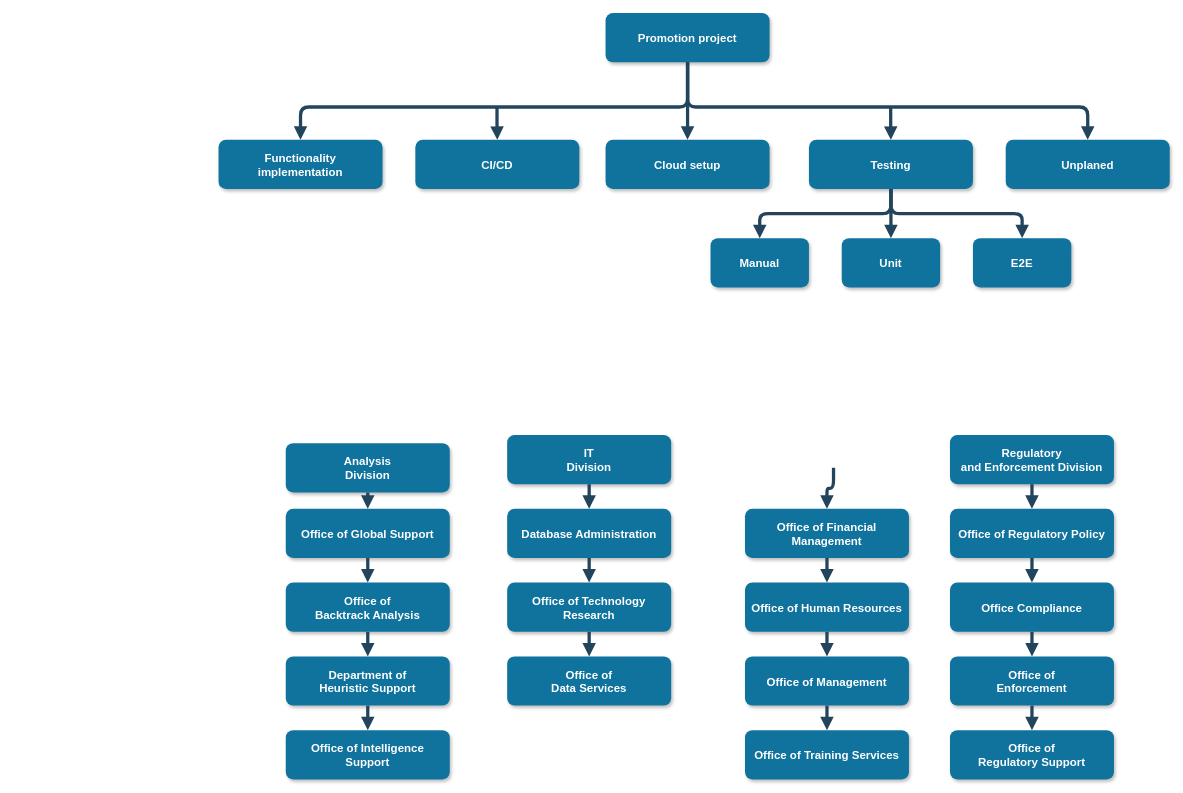
Before: Untitled Diagram.drawio in PashaShevchuk/diagrams, a draw.io diagram. Source tidied: cells renumbered, new cells numbered last; positions are measured from the earlier drawing's top-left corner, leaving out a move shared by most shapes. Both pictures are drawn from the tidied source at 82%, with x=0, y=0 at pixel (218, 13).
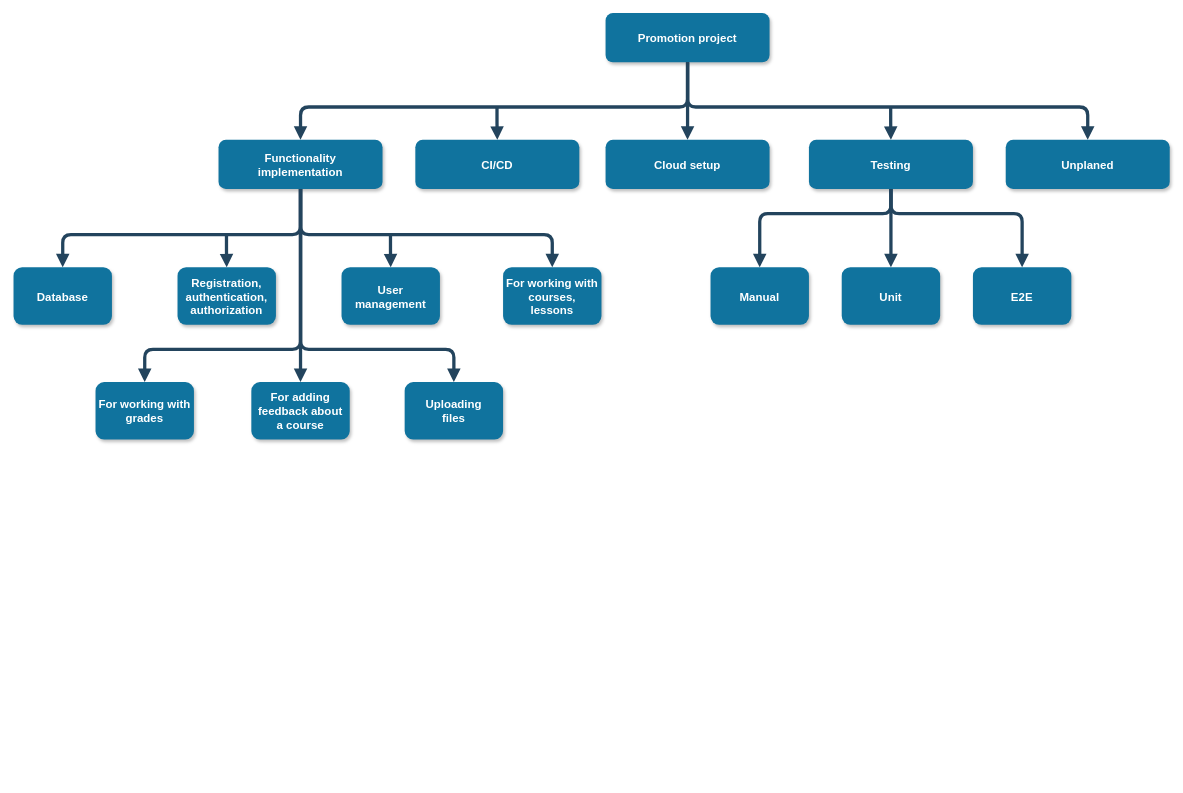
The same diagram, later.

The change refers to these unchanged cells:
```xml
<mxCell id="2" value="Promotion project" style="rounded=1;fillColor=#10739E;strokeColor=none;shadow=1;gradientColor=none;fontStyle=1;fontColor=#FFFFFF;fontSize=14;" parent="1" vertex="1">
  <mxGeometry x="472" y="-0.5" width="200" height="60" as="geometry" />
</mxCell>
<mxCell id="3" value="Functionality &#10;implementation" style="rounded=1;fillColor=#10739E;strokeColor=none;shadow=1;gradientColor=none;fontStyle=1;fontColor=#FFFFFF;fontSize=14;" parent="1" vertex="1">
  <mxGeometry y="154" width="200" height="60" as="geometry" />
</mxCell>
<mxCell id="4" value="CI/CD" style="rounded=1;fillColor=#10739E;strokeColor=none;shadow=1;gradientColor=none;fontStyle=1;fontColor=#FFFFFF;fontSize=14;" parent="1" vertex="1">
  <mxGeometry x="240" y="154" width="200" height="60" as="geometry" />
</mxCell>
<mxCell id="5" value="Cloud setup" style="rounded=1;fillColor=#10739E;strokeColor=none;shadow=1;gradientColor=none;fontStyle=1;fontColor=#FFFFFF;fontSize=14;" parent="1" vertex="1">
  <mxGeometry x="472" y="154" width="200" height="60" as="geometry" />
</mxCell>
<mxCell id="42" value="Testing" style="rounded=1;fillColor=#10739E;strokeColor=none;shadow=1;gradientColor=none;fontStyle=1;fontColor=#FFFFFF;fontSize=14;" parent="1" vertex="1">
  <mxGeometry x="720" y="154" width="200" height="60" as="geometry" />
</mxCell>
<mxCell id="43" value="Unplaned" style="rounded=1;fillColor=#10739E;strokeColor=none;shadow=1;gradientColor=none;fontStyle=1;fontColor=#FFFFFF;fontSize=14;" parent="1" vertex="1">
  <mxGeometry x="960" y="154" width="200" height="60" as="geometry" />
</mxCell>
```

The edit, as a diff of the source:
```diff
@@
-    <mxCell id="6" value="Analysis &#10;Division" style="rounded=1;fillColor=#10739E;strokeColor=none;shadow=1;gradientColor=none;fontStyle=1;fontColor=#FFFFFF;fontSize=14;" parent="1" vertex="1">
-      <mxGeometry x="82" y="524" width="200" height="60" as="geometry" />
-    </mxCell>
-    <mxCell id="7" value="Office of Global Support" style="rounded=1;fillColor=#10739E;strokeColor=none;shadow=1;gradientColor=none;fontStyle=1;fontColor=#FFFFFF;fontSize=14;" parent="1" vertex="1">
-      <mxGeometry x="82" y="604" width="200" height="60" as="geometry" />
-    </mxCell>
-    <mxCell id="8" value="Office of &#10;Backtrack Analysis" style="rounded=1;fillColor=#10739E;strokeColor=none;shadow=1;gradientColor=none;fontStyle=1;fontColor=#FFFFFF;fontSize=14;" parent="1" vertex="1">
-      <mxGeometry x="82" y="694" width="200" height="60" as="geometry" />
-    </mxCell>
-    <mxCell id="9" value="Department of &#10;Heuristic Support" style="rounded=1;fillColor=#10739E;strokeColor=none;shadow=1;gradientColor=none;fontStyle=1;fontColor=#FFFFFF;fontSize=14;" parent="1" vertex="1">
-      <mxGeometry x="82" y="784" width="200" height="60" as="geometry" />
-    </mxCell>
-    <mxCell id="10" value="Office of Intelligence &#10;Support" style="rounded=1;fillColor=#10739E;strokeColor=none;shadow=1;gradientColor=none;fontStyle=1;fontColor=#FFFFFF;fontSize=14;" parent="1" vertex="1">
-      <mxGeometry x="82" y="874" width="200" height="60" as="geometry" />
-    </mxCell>
-    <mxCell id="11" value="IT&#10;Division" style="rounded=1;fillColor=#10739E;strokeColor=none;shadow=1;gradientColor=none;fontStyle=1;fontColor=#FFFFFF;fontSize=14;" parent="1" vertex="1">
-      <mxGeometry x="352" y="514" width="200" height="60" as="geometry" />
-    </mxCell>
-    <mxCell id="12" value="Database Administration" style="rounded=1;fillColor=#10739E;strokeColor=none;shadow=1;gradientColor=none;fontStyle=1;fontColor=#FFFFFF;fontSize=14;" parent="1" vertex="1">
-      <mxGeometry x="352" y="604" width="200" height="60" as="geometry" />
-    </mxCell>
-    <mxCell id="13" value="Office of Technology &#10;Research" style="rounded=1;fillColor=#10739E;strokeColor=none;shadow=1;gradientColor=none;fontStyle=1;fontColor=#FFFFFF;fontSize=14;" parent="1" vertex="1">
-      <mxGeometry x="352" y="694" width="200" height="60" as="geometry" />
-    </mxCell>
-    <mxCell id="14" value="Office of&#10;Data Services" style="rounded=1;fillColor=#10739E;strokeColor=none;shadow=1;gradientColor=none;fontStyle=1;fontColor=#FFFFFF;fontSize=14;" parent="1" vertex="1">
-      <mxGeometry x="352" y="784" width="200" height="60" as="geometry" />
-    </mxCell>
     <mxCell id="15" value="Manual" style="rounded=1;fillColor=#10739E;strokeColor=none;shadow=1;gradientColor=none;fontStyle=1;fontColor=#FFFFFF;fontSize=14;" parent="1" vertex="1">
-      <mxGeometry x="600" y="274" width="120" height="60" as="geometry" />
+      <mxGeometry x="600" y="309.5" width="120" height="70" as="geometry" />
     </mxCell>
-    <mxCell id="16" value="Office of Financial &#10;Management" style="rounded=1;fillColor=#10739E;strokeColor=none;shadow=1;gradientColor=none;fontStyle=1;fontColor=#FFFFFF;fontSize=14;" parent="1" vertex="1">
-      <mxGeometry x="642" y="604" width="200" height="60" as="geometry" />
-    </mxCell>
-    <mxCell id="17" value="Office of Human Resources" style="rounded=1;fillColor=#10739E;strokeColor=none;shadow=1;gradientColor=none;fontStyle=1;fontColor=#FFFFFF;fontSize=14;" parent="1" vertex="1">
-      <mxGeometry x="642" y="694" width="200" height="60" as="geometry" />
-    </mxCell>
-    <mxCell id="18" value="Office of Management " style="rounded=1;fillColor=#10739E;strokeColor=none;shadow=1;gradientColor=none;fontStyle=1;fontColor=#FFFFFF;fontSize=14;" parent="1" vertex="1">
-      <mxGeometry x="642" y="784" width="200" height="60" as="geometry" />
-    </mxCell>
-    <mxCell id="19" value="Office of Training Services" style="rounded=1;fillColor=#10739E;strokeColor=none;shadow=1;gradientColor=none;fontStyle=1;fontColor=#FFFFFF;fontSize=14;" parent="1" vertex="1">
-      <mxGeometry x="642" y="874" width="200" height="60" as="geometry" />
-    </mxCell>
-    <mxCell id="20" value="Regulatory &#10;and Enforcement Division" style="rounded=1;fillColor=#10739E;strokeColor=none;shadow=1;gradientColor=none;fontStyle=1;fontColor=#FFFFFF;fontSize=14;" parent="1" vertex="1">
-      <mxGeometry x="892" y="514" width="200" height="60" as="geometry" />
-    </mxCell>
-    <mxCell id="21" value="Office of Regulatory Policy" style="rounded=1;fillColor=#10739E;strokeColor=none;shadow=1;gradientColor=none;fontStyle=1;fontColor=#FFFFFF;fontSize=14;" parent="1" vertex="1">
-      <mxGeometry x="892" y="604" width="200" height="60" as="geometry" />
-    </mxCell>
-    <mxCell id="22" value="Office Compliance" style="rounded=1;fillColor=#10739E;strokeColor=none;shadow=1;gradientColor=none;fontStyle=1;fontColor=#FFFFFF;fontSize=14;" parent="1" vertex="1">
-      <mxGeometry x="892" y="694" width="200" height="60" as="geometry" />
-    </mxCell>
-    <mxCell id="23" value="Office of &#10;Enforcement" style="rounded=1;fillColor=#10739E;strokeColor=none;shadow=1;gradientColor=none;fontStyle=1;fontColor=#FFFFFF;fontSize=14;" parent="1" vertex="1">
-      <mxGeometry x="892" y="784" width="200" height="60" as="geometry" />
-    </mxCell>
-    <mxCell id="24" value="Office of&#10; Regulatory Support" style="rounded=1;fillColor=#10739E;strokeColor=none;shadow=1;gradientColor=none;fontStyle=1;fontColor=#FFFFFF;fontSize=14;" parent="1" vertex="1">
-      <mxGeometry x="892" y="874" width="200" height="60" as="geometry" />
-    </mxCell>
     <mxCell id="25" style="edgeStyle=elbowEdgeStyle;elbow=vertical;strokeWidth=4;endArrow=block;endFill=1;fontStyle=1;strokeColor=#23445D;entryX=0.5;entryY=0;entryDx=0;entryDy=0;" parent="1" edge="1" source="2" target="3">
-      <mxGeometry x="22" y="165.5" as="geometry">
+      <mxGeometry x="232" y="130" as="geometry">
         <Array as="points">
           <mxPoint x="340" y="114" />
         </Array>
       </mxGeometry>
     </mxCell>
     <mxCell id="26" style="edgeStyle=elbowEdgeStyle;elbow=vertical;strokeWidth=4;endArrow=block;endFill=1;fontStyle=1;strokeColor=#23445D;entryX=0.5;entryY=0;entryDx=0;entryDy=0;exitX=0.5;exitY=1;exitDx=0;exitDy=0;" parent="1" edge="1" source="2" target="43">
-      <mxGeometry x="20" y="25.5" as="geometry">
+      <mxGeometry x="230" y="-10" as="geometry">
         <Array as="points">
           <mxPoint x="700" y="114" />
           <mxPoint x="570" y="104" />
           <mxPoint x="660" y="124" />
           <mxPoint x="578" y="104" />
         </Array>
       </mxGeometry>
     </mxCell>
-    <mxCell id="27" style="edgeStyle=elbowEdgeStyle;elbow=vertical;strokeWidth=4;endArrow=block;endFill=1;fontStyle=1;strokeColor=#23445D;" parent="1" edge="1" source="6" target="7">
-      <mxGeometry x="62" y="270" as="geometry" />
-    </mxCell>
-    <mxCell id="28" style="edgeStyle=elbowEdgeStyle;elbow=vertical;strokeWidth=4;endArrow=block;endFill=1;fontStyle=1;strokeColor=#23445D;" parent="1" edge="1" source="7" target="8">
-      <mxGeometry x="62" y="280" as="geometry" />
-    </mxCell>
-    <mxCell id="29" style="edgeStyle=elbowEdgeStyle;elbow=vertical;strokeWidth=4;endArrow=block;endFill=1;fontStyle=1;strokeColor=#23445D;" parent="1" edge="1" source="8" target="9">
-      <mxGeometry x="62" y="290" as="geometry" />
-    </mxCell>
-    <mxCell id="30" style="edgeStyle=elbowEdgeStyle;elbow=vertical;strokeWidth=4;endArrow=block;endFill=1;fontStyle=1;strokeColor=#23445D;" parent="1" edge="1" source="9" target="10">
-      <mxGeometry x="62" y="300" as="geometry" />
-    </mxCell>
-    <mxCell id="31" style="edgeStyle=elbowEdgeStyle;elbow=vertical;strokeWidth=4;endArrow=block;endFill=1;fontStyle=1;strokeColor=#23445D;" parent="1" edge="1" source="11" target="12">
-      <mxGeometry x="62" y="270" as="geometry" />
-    </mxCell>
-    <mxCell id="32" style="edgeStyle=elbowEdgeStyle;elbow=vertical;strokeWidth=4;endArrow=block;endFill=1;fontStyle=1;strokeColor=#23445D;" parent="1" edge="1" source="12" target="13">
-      <mxGeometry x="62" y="280" as="geometry" />
-    </mxCell>
-    <mxCell id="33" style="edgeStyle=elbowEdgeStyle;elbow=vertical;strokeWidth=4;endArrow=block;endFill=1;fontStyle=1;strokeColor=#23445D;" parent="1" edge="1" source="13" target="14">
-      <mxGeometry x="62" y="290" as="geometry" />
-    </mxCell>
-    <mxCell id="34" style="edgeStyle=elbowEdgeStyle;elbow=vertical;strokeWidth=4;endArrow=block;endFill=1;fontStyle=1;strokeColor=#23445D;" parent="1" edge="1" target="16">
-      <mxGeometry x="72" y="270" as="geometry">
-        <mxPoint x="750" y="554" as="sourcePoint" />
-      </mxGeometry>
-    </mxCell>
-    <mxCell id="35" style="edgeStyle=elbowEdgeStyle;elbow=vertical;strokeWidth=4;endArrow=block;endFill=1;fontStyle=1;strokeColor=#23445D;" parent="1" edge="1" source="16" target="17">
-      <mxGeometry x="72" y="280" as="geometry" />
-    </mxCell>
-    <mxCell id="36" style="edgeStyle=elbowEdgeStyle;elbow=vertical;strokeWidth=4;endArrow=block;endFill=1;fontStyle=1;strokeColor=#23445D;" parent="1" edge="1" source="17" target="18">
-      <mxGeometry x="72" y="290" as="geometry" />
-    </mxCell>
-    <mxCell id="37" style="edgeStyle=elbowEdgeStyle;elbow=vertical;strokeWidth=4;endArrow=block;endFill=1;fontStyle=1;strokeColor=#23445D;" parent="1" edge="1" source="18" target="19">
-      <mxGeometry x="72" y="300" as="geometry" />
-    </mxCell>
-    <mxCell id="38" style="edgeStyle=elbowEdgeStyle;elbow=vertical;strokeWidth=4;endArrow=block;endFill=1;fontStyle=1;strokeColor=#23445D;" parent="1" edge="1" source="20" target="21">
-      <mxGeometry x="72" y="270" as="geometry" />
-    </mxCell>
-    <mxCell id="39" style="edgeStyle=elbowEdgeStyle;elbow=vertical;strokeWidth=4;endArrow=block;endFill=1;fontStyle=1;strokeColor=#23445D;" parent="1" edge="1" source="21" target="22">
-      <mxGeometry x="72" y="280" as="geometry" />
-    </mxCell>
-    <mxCell id="40" style="edgeStyle=elbowEdgeStyle;elbow=vertical;strokeWidth=4;endArrow=block;endFill=1;fontStyle=1;strokeColor=#23445D;" parent="1" edge="1" source="22" target="23">
-      <mxGeometry x="72" y="290" as="geometry" />
-    </mxCell>
-    <mxCell id="41" style="edgeStyle=elbowEdgeStyle;elbow=vertical;strokeWidth=4;endArrow=block;endFill=1;fontStyle=1;strokeColor=#23445D;" parent="1" edge="1" source="23" target="24">
-      <mxGeometry x="72" y="300" as="geometry" />
-    </mxCell>
@@
     <mxCell id="44" style="edgeStyle=elbowEdgeStyle;elbow=vertical;strokeWidth=4;endArrow=block;endFill=1;fontStyle=1;strokeColor=#23445D;entryX=0.5;entryY=0;entryDx=0;entryDy=0;" parent="1" edge="1" target="4">
-      <mxGeometry x="-50.4" y="-190" as="geometry">
+      <mxGeometry x="159.6" y="-225.5" as="geometry">
         <mxPoint x="339.6" y="114" as="sourcePoint" />
       </mxGeometry>
     </mxCell>
     <mxCell id="45" style="edgeStyle=elbowEdgeStyle;elbow=vertical;strokeWidth=4;endArrow=block;endFill=1;fontStyle=1;strokeColor=#23445D;entryX=0.5;entryY=0;entryDx=0;entryDy=0;exitX=0.5;exitY=1;exitDx=0;exitDy=0;" parent="1" edge="1" source="2" target="5">
-      <mxGeometry x="181.8" y="-190" as="geometry" />
+      <mxGeometry x="391.8" y="-225.5" as="geometry" />
     </mxCell>
     <mxCell id="46" style="edgeStyle=elbowEdgeStyle;elbow=vertical;strokeWidth=4;endArrow=block;endFill=1;fontStyle=1;strokeColor=#23445D;entryX=0.5;entryY=0;entryDx=0;entryDy=0;" parent="1" edge="1" target="42">
-      <mxGeometry x="429.7" y="-190" as="geometry">
+      <mxGeometry x="639.7" y="-225.5" as="geometry">
         <mxPoint x="819.7" y="114" as="sourcePoint" />
       </mxGeometry>
     </mxCell>
     <mxCell id="47" style="edgeStyle=elbowEdgeStyle;elbow=vertical;strokeWidth=4;endArrow=block;endFill=1;fontStyle=1;strokeColor=#23445D;exitX=0.5;exitY=1;exitDx=0;exitDy=0;entryX=0.5;entryY=0;entryDx=0;entryDy=0;" parent="1" edge="1" source="42" target="15">
-      <mxGeometry x="149.5" y="-80" as="geometry">
+      <mxGeometry x="359.5" y="-115.5" as="geometry">
         <Array as="points">
           <mxPoint x="740" y="244" />
         </Array>
       </mxGeometry>
     </mxCell>
     <mxCell id="48" value="Unit" style="rounded=1;fillColor=#10739E;strokeColor=none;shadow=1;gradientColor=none;fontStyle=1;fontColor=#FFFFFF;fontSize=14;" parent="1" vertex="1">
-      <mxGeometry x="760" y="274" width="120" height="60" as="geometry" />
+      <mxGeometry x="760" y="309.5" width="120" height="70" as="geometry" />
     </mxCell>
     <mxCell id="49" value="E2E" style="rounded=1;fillColor=#10739E;strokeColor=none;shadow=1;gradientColor=none;fontStyle=1;fontColor=#FFFFFF;fontSize=14;" parent="1" vertex="1">
-      <mxGeometry x="920" y="274" width="120" height="60" as="geometry" />
+      <mxGeometry x="920" y="309.5" width="120" height="70" as="geometry" />
     </mxCell>
     <mxCell id="50" style="edgeStyle=elbowEdgeStyle;elbow=vertical;strokeWidth=4;endArrow=block;endFill=1;fontStyle=1;strokeColor=#23445D;exitX=0.5;exitY=1;exitDx=0;exitDy=0;entryX=0.5;entryY=0;entryDx=0;entryDy=0;" parent="1" edge="1" source="42" target="49">
-      <mxGeometry x="159.5" y="-70" as="geometry">
+      <mxGeometry x="369.5" y="-105.5" as="geometry">
         <Array as="points">
           <mxPoint x="910" y="244" />
         </Array>
       </mxGeometry>
     </mxCell>
     <mxCell id="51" style="edgeStyle=elbowEdgeStyle;elbow=vertical;strokeWidth=4;endArrow=block;endFill=1;fontStyle=1;strokeColor=#23445D;exitX=0.5;exitY=1;exitDx=0;exitDy=0;entryX=0.5;entryY=0;entryDx=0;entryDy=0;" parent="1" edge="1" source="42" target="48">
-      <mxGeometry x="429.8" y="-70" as="geometry" />
+      <mxGeometry x="639.8" y="-105.5" as="geometry" />
     </mxCell>
+    <mxCell id="52" value="Database" style="rounded=1;fillColor=#10739E;strokeColor=none;shadow=1;gradientColor=none;fontStyle=1;fontColor=#FFFFFF;fontSize=14;" parent="1" vertex="1">
+      <mxGeometry x="-250" y="309.5" width="120" height="70" as="geometry" />
+    </mxCell>
+    <mxCell id="53" value="User&#10;management" style="rounded=1;fillColor=#10739E;strokeColor=none;shadow=1;gradientColor=none;fontStyle=1;fontColor=#FFFFFF;fontSize=14;" parent="1" vertex="1">
+      <mxGeometry x="150" y="309.5" width="120" height="70" as="geometry" />
+    </mxCell>
+    <mxCell id="54" value="Registration,&#10;authentication,&#10;authorization" style="rounded=1;fillColor=#10739E;strokeColor=none;shadow=1;gradientColor=none;fontStyle=1;fontColor=#FFFFFF;fontSize=14;" parent="1" vertex="1">
+      <mxGeometry x="-50" y="309.5" width="120" height="70" as="geometry" />
+    </mxCell>
+    <mxCell id="55" value="For working with&#10;courses,&#10;lessons" style="rounded=1;fillColor=#10739E;strokeColor=none;shadow=1;gradientColor=none;fontStyle=1;fontColor=#FFFFFF;fontSize=14;" parent="1" vertex="1">
+      <mxGeometry x="347" y="309.5" width="120" height="70" as="geometry" />
+    </mxCell>
+    <mxCell id="56" value="Uploading&#10;files" style="rounded=1;fillColor=#10739E;strokeColor=none;shadow=1;gradientColor=none;fontStyle=1;fontColor=#FFFFFF;fontSize=14;" parent="1" vertex="1">
+      <mxGeometry x="227" y="449.5" width="120" height="70" as="geometry" />
+    </mxCell>
+    <mxCell id="57" value="For working with&#10;grades" style="rounded=1;fillColor=#10739E;strokeColor=none;shadow=1;gradientColor=none;fontStyle=1;fontColor=#FFFFFF;fontSize=14;" parent="1" vertex="1">
+      <mxGeometry x="-150" y="449.5" width="120" height="70" as="geometry" />
+    </mxCell>
+    <mxCell id="58" style="edgeStyle=elbowEdgeStyle;elbow=vertical;strokeWidth=4;endArrow=block;endFill=1;fontStyle=1;strokeColor=#23445D;exitX=0.5;exitY=1;exitDx=0;exitDy=0;entryX=0.5;entryY=0;entryDx=0;entryDy=0;" parent="1" edge="1" source="3" target="52">
+      <mxGeometry x="-360.5" y="-110" as="geometry">
+        <Array as="points">
+          <mxPoint x="20" y="269.5" />
+        </Array>
+      </mxGeometry>
+    </mxCell>
+    <mxCell id="59" style="edgeStyle=elbowEdgeStyle;elbow=vertical;strokeWidth=4;endArrow=block;endFill=1;fontStyle=1;strokeColor=#23445D;entryX=0.5;entryY=0;entryDx=0;entryDy=0;" parent="1" edge="1" target="54">
+      <mxGeometry x="-170.3" y="-70" as="geometry">
+        <mxPoint x="9.7" y="269.5" as="sourcePoint" />
+      </mxGeometry>
+    </mxCell>
+    <mxCell id="60" style="edgeStyle=elbowEdgeStyle;elbow=vertical;strokeWidth=4;endArrow=block;endFill=1;fontStyle=1;strokeColor=#23445D;exitX=0.5;exitY=1;exitDx=0;exitDy=0;entryX=0.5;entryY=0;entryDx=0;entryDy=0;" parent="1" edge="1" source="3" target="55">
+      <mxGeometry x="-90.5" y="-94.5" as="geometry">
+        <Array as="points">
+          <mxPoint x="250" y="269.5" />
+        </Array>
+      </mxGeometry>
+    </mxCell>
+    <mxCell id="61" style="edgeStyle=elbowEdgeStyle;elbow=vertical;strokeWidth=4;endArrow=block;endFill=1;fontStyle=1;strokeColor=#23445D;entryX=0.5;entryY=0;entryDx=0;entryDy=0;" parent="1" edge="1" target="53">
+      <mxGeometry x="29.7" y="-70" as="geometry">
+        <mxPoint x="209.7" y="269.5" as="sourcePoint" />
+      </mxGeometry>
+    </mxCell>
+    <mxCell id="62" style="edgeStyle=elbowEdgeStyle;elbow=vertical;strokeWidth=4;endArrow=block;endFill=1;fontStyle=1;strokeColor=#23445D;exitX=0.5;exitY=1;exitDx=0;exitDy=0;entryX=0.5;entryY=0;entryDx=0;entryDy=0;" parent="1" edge="1" source="3" target="57">
+      <mxGeometry x="-80.3" y="-40" as="geometry">
+        <Array as="points">
+          <mxPoint x="100" y="409.5" />
+        </Array>
+      </mxGeometry>
+    </mxCell>
+    <mxCell id="63" style="edgeStyle=elbowEdgeStyle;elbow=vertical;strokeWidth=4;endArrow=block;endFill=1;fontStyle=1;strokeColor=#23445D;exitX=0.5;exitY=1;exitDx=0;exitDy=0;entryX=0.5;entryY=0;entryDx=0;entryDy=0;" parent="1" edge="1" source="3" target="56">
+      <mxGeometry x="-40.3" y="-14.5" as="geometry">
+        <Array as="points">
+          <mxPoint x="170" y="409.5" />
+        </Array>
+      </mxGeometry>
+    </mxCell>
+    <mxCell id="64" value="For adding &#10;feedback about&#10;a course" style="rounded=1;fillColor=#10739E;strokeColor=none;shadow=1;gradientColor=none;fontStyle=1;fontColor=#FFFFFF;fontSize=14;" parent="1" vertex="1">
+      <mxGeometry x="40" y="449.5" width="120" height="70" as="geometry" />
+    </mxCell>
+    <mxCell id="65" style="edgeStyle=elbowEdgeStyle;elbow=vertical;strokeWidth=4;endArrow=block;endFill=1;fontStyle=1;strokeColor=#23445D;entryX=0.5;entryY=0;entryDx=0;entryDy=0;exitX=0.5;exitY=1;exitDx=0;exitDy=0;" parent="1" edge="1" source="3" target="64">
+      <mxGeometry x="-80.2" y="60" as="geometry" />
+    </mxCell>
```
